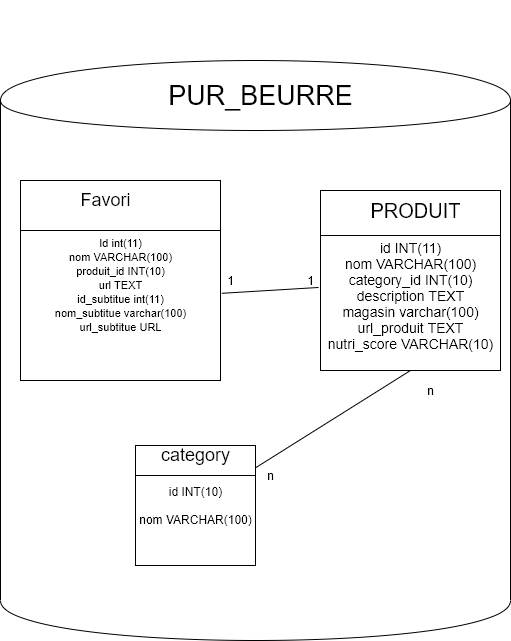
The draw.io diagram db p5.PNG in fakko77/OpenFoodFacts, before a commit. Source tidied: cells renumbered, new cells last; positions are measured from the earlier drawing's top-left corner, leaving out a move shared by most shapes. The source it was exported from:
```xml
<mxGraphModel>
  <root>
    <mxCell id="0" />
    <mxCell id="1" parent="0" />
    <mxCell id="2" style="shape=cylinder;whiteSpace=wrap;html=1;boundedLbl=1;backgroundOutline=1;" parent="1" vertex="1">
      <mxGeometry y="60" width="510" height="580" as="geometry" />
    </mxCell>
    <mxCell id="3" value="&lt;p style=&quot;line-height: 470% ; font-size: 27px&quot;&gt;PUR_BEURRE&lt;/p&gt;" style="text;html=1;align=center;verticalAlign=middle;" parent="1" vertex="1">
      <mxGeometry x="160" width="200" height="190" as="geometry" />
    </mxCell>
    <mxCell id="4" style="whiteSpace=wrap;html=1;" parent="1" vertex="1">
      <mxGeometry x="20" y="180" width="200" height="200" as="geometry" />
    </mxCell>
    <mxCell id="5" style="whiteSpace=wrap;html=1;" parent="1" vertex="1">
      <mxGeometry x="320" y="190" width="180" height="180" as="geometry" />
    </mxCell>
    <mxCell id="6" style="whiteSpace=wrap;html=1;" parent="1" vertex="1">
      <mxGeometry x="135" y="445" width="120" height="120" as="geometry" />
    </mxCell>
    <mxCell id="7" style="endArrow=none;html=1;entryX=0;entryY=0.25;entryDx=0;entryDy=0;exitX=1;exitY=0.25;exitDx=0;exitDy=0;" parent="1" edge="1" source="4" target="4">
      <mxGeometry relative="1" as="geometry" />
    </mxCell>
    <mxCell id="8" value="&lt;font style=&quot;font-size: 18px&quot;&gt;Favori&lt;/font&gt;" style="text;html=1;align=center;verticalAlign=middle;" parent="1" vertex="1">
      <mxGeometry x="70" y="190" width="70" height="20" as="geometry" />
    </mxCell>
    <mxCell id="9" value="&lt;font&gt;&lt;span style=&quot;font-size: 11px&quot;&gt;Id int(11)&lt;/span&gt;&lt;br&gt;&lt;span style=&quot;font-size: 11px&quot;&gt;nom VARCHAR(100)&lt;/span&gt;&lt;br&gt;&lt;span style=&quot;font-size: 11px&quot;&gt;produit_id INT(10)&lt;/span&gt;&lt;br&gt;&lt;span style=&quot;font-size: 11px&quot;&gt;url TEXT&lt;/span&gt;&lt;br&gt;&lt;span style=&quot;font-size: 11px&quot;&gt;id_subtitue int(11)&lt;/span&gt;&lt;br&gt;&lt;span style=&quot;font-size: 11px&quot;&gt;nom_subtitue varchar(100)&lt;/span&gt;&lt;br&gt;&lt;span style=&quot;font-size: 11px&quot;&gt;url_subtitue URL&lt;/span&gt;&lt;br&gt;&lt;br&gt;&lt;br&gt;&lt;br&gt;&lt;/font&gt;" style="text;html=1;align=center;verticalAlign=middle;" parent="1" vertex="1">
      <mxGeometry x="45" y="230" width="150" height="150" as="geometry" />
    </mxCell>
    <mxCell id="10" style="endArrow=none;html=1;entryX=1;entryY=0.25;entryDx=0;entryDy=0;exitX=0;exitY=0.25;exitDx=0;exitDy=0;" parent="1" edge="1" source="5" target="5">
      <mxGeometry relative="1" as="geometry" />
    </mxCell>
    <mxCell id="11" value="&lt;font style=&quot;font-size: 20px&quot;&gt;PRODUIT&lt;/font&gt;" style="text;html=1;align=center;verticalAlign=middle;" parent="1" vertex="1">
      <mxGeometry x="360" y="200" width="110" height="20" as="geometry" />
    </mxCell>
    <mxCell id="12" style="endArrow=none;html=1;exitX=0;exitY=0.25;exitDx=0;exitDy=0;entryX=1;entryY=0.25;entryDx=0;entryDy=0;" parent="1" edge="1" source="6" target="6">
      <mxGeometry relative="1" as="geometry" />
    </mxCell>
    <mxCell id="13" value="&lt;font style=&quot;font-size: 18px&quot;&gt;category&lt;/font&gt;" style="text;html=1;align=center;verticalAlign=middle;" parent="1" vertex="1">
      <mxGeometry x="155" y="445" width="80" height="20" as="geometry" />
    </mxCell>
    <mxCell id="14" value="&lt;font style=&quot;font-size: 12px&quot;&gt;id INT(10)&lt;br&gt;&lt;br&gt;nom VARCHAR(100)&lt;/font&gt;" style="text;html=1;align=center;verticalAlign=middle;" parent="1" vertex="1">
      <mxGeometry x="130" y="480" width="130" height="50" as="geometry" />
    </mxCell>
    <mxCell id="15" style="endArrow=none;html=1;entryX=-0.011;entryY=0.427;entryDx=0;entryDy=0;entryPerimeter=0;exitX=1.007;exitY=0.564;exitDx=0;exitDy=0;exitPerimeter=0;" parent="1" edge="1" source="4" target="17">
      <mxGeometry relative="1" as="geometry" />
    </mxCell>
    <mxCell id="16" style="endArrow=none;html=1;entryX=0.5;entryY=1;entryDx=0;entryDy=0;" parent="1" edge="1" source="6" target="5">
      <mxGeometry relative="1" as="geometry" />
    </mxCell>
    <mxCell id="17" value="&lt;font style=&quot;font-size: 14px&quot;&gt;id INT(11)&lt;br&gt;nom VARCHAR(100)&lt;br&gt;category_id INT(10)&lt;br&gt;description TEXT&lt;br&gt;magasin varchar(100)&lt;br&gt;url_produit TEXT&lt;br&gt;nutri_score VARCHAR(10)&lt;/font&gt;" style="text;html=1;align=center;verticalAlign=middle;points=[];" parent="1" vertex="1">
      <mxGeometry x="320" y="240" width="180" height="110" as="geometry" />
    </mxCell>
    <mxCell id="18" style="edgeStyle=orthogonalEdgeStyle;rounded=0;orthogonalLoop=1;jettySize=auto;html=1;exitX=0.5;exitY=1;exitDx=0;exitDy=0;" parent="1" edge="1" source="5" target="5">
      <mxGeometry relative="1" as="geometry" />
    </mxCell>
    <mxCell id="19" value="n" style="text;html=1;align=center;verticalAlign=middle;" parent="1" vertex="1">
      <mxGeometry x="260" y="465" width="20" height="20" as="geometry" />
    </mxCell>
    <mxCell id="20" value="n" style="text;html=1;align=center;verticalAlign=middle;" parent="1" vertex="1">
      <mxGeometry x="420" y="380" width="20" height="20" as="geometry" />
    </mxCell>
    <mxCell id="21" value="1" style="text;html=1;align=center;verticalAlign=middle;" parent="1" vertex="1">
      <mxGeometry x="220" y="270" width="20" height="20" as="geometry" />
    </mxCell>
    <mxCell id="22" value="1" style="text;html=1;align=center;verticalAlign=middle;" parent="1" vertex="1">
      <mxGeometry x="300" y="270" width="20" height="20" as="geometry" />
    </mxCell>
  </root>
</mxGraphModel>
```
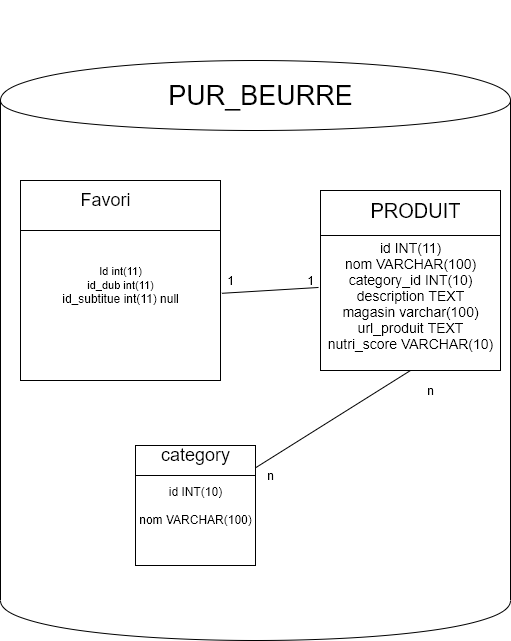
Above is the later version.

Change to the diagram source:
```diff
@@ -23,8 +23,8 @@
     <mxCell id="8" value="&lt;font style=&quot;font-size: 18px&quot;&gt;Favori&lt;/font&gt;" style="text;html=1;align=center;verticalAlign=middle;" parent="1" vertex="1">
       <mxGeometry x="70" y="190" width="70" height="20" as="geometry" />
     </mxCell>
-    <mxCell id="9" value="&lt;font&gt;&lt;span style=&quot;font-size: 11px&quot;&gt;Id int(11)&lt;/span&gt;&lt;br&gt;&lt;span style=&quot;font-size: 11px&quot;&gt;nom VARCHAR(100)&lt;/span&gt;&lt;br&gt;&lt;span style=&quot;font-size: 11px&quot;&gt;produit_id INT(10)&lt;/span&gt;&lt;br&gt;&lt;span style=&quot;font-size: 11px&quot;&gt;url TEXT&lt;/span&gt;&lt;br&gt;&lt;span style=&quot;font-size: 11px&quot;&gt;id_subtitue int(11)&lt;/span&gt;&lt;br&gt;&lt;span style=&quot;font-size: 11px&quot;&gt;nom_subtitue varchar(100)&lt;/span&gt;&lt;br&gt;&lt;span style=&quot;font-size: 11px&quot;&gt;url_subtitue URL&lt;/span&gt;&lt;br&gt;&lt;br&gt;&lt;br&gt;&lt;br&gt;&lt;/font&gt;" style="text;html=1;align=center;verticalAlign=middle;" parent="1" vertex="1">
-      <mxGeometry x="45" y="230" width="150" height="150" as="geometry" />
+    <mxCell id="9" value="&lt;font&gt;&lt;span style=&quot;font-size: 11px&quot;&gt;Id int(11)&lt;/span&gt;&lt;br&gt;&lt;span style=&quot;font-size: 11px&quot;&gt;id_dub int(11)&lt;br&gt;&lt;/span&gt;id_subtitue int(11) null&lt;br&gt;&lt;br&gt;&lt;br&gt;&lt;br&gt;&lt;/font&gt;" style="text;html=1;align=center;verticalAlign=middle;" parent="1" vertex="1">
+      <mxGeometry x="55" y="260" width="130" height="90" as="geometry" />
     </mxCell>
     <mxCell id="10" style="endArrow=none;html=1;entryX=1;entryY=0.25;entryDx=0;entryDy=0;exitX=0;exitY=0.25;exitDx=0;exitDy=0;" parent="1" edge="1" source="5" target="5">
       <mxGeometry relative="1" as="geometry" />
```
